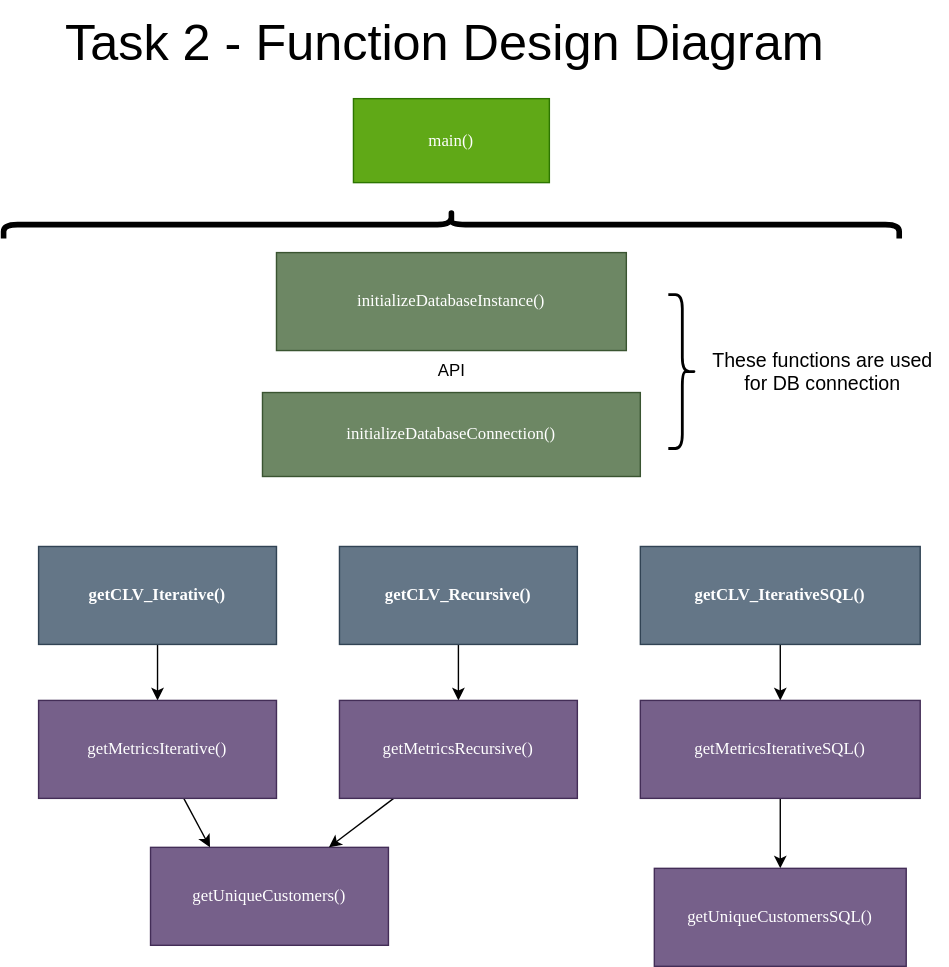
Earlier version of the draw.io export Task 2/Task2_Functions_Flow.svg (Musiik-fn/622-Final-Project). Source tidied: cells renumbered, new cells last; positions are measured from the earlier drawing's top-left corner, leaving out a move shared by most shapes. Source of this version:
```xml
<mxGraphModel>
  <root>
    <mxCell id="0" />
    <mxCell id="1" parent="0" />
    <mxCell id="2" value="&lt;font face=&quot;Lucida Console&quot;&gt;initializeDatabaseInstance()&lt;/font&gt;" style="rounded=0;whiteSpace=wrap;html=1;fillColor=#6d8764;strokeColor=#3A5431;fontColor=#ffffff;" parent="1" vertex="1">
      <mxGeometry x="170" y="340" width="250" height="70" as="geometry" />
    </mxCell>
    <mxCell id="3" style="edgeStyle=none;html=1;entryX=0.5;entryY=0;entryDx=0;entryDy=0;" parent="1" edge="1" source="4" target="10">
      <mxGeometry relative="1" as="geometry" />
    </mxCell>
    <mxCell id="4" value="&lt;font face=&quot;Lucida Console&quot;&gt;&lt;b&gt;getCLV_Iterative()&lt;/b&gt;&lt;/font&gt;" style="rounded=0;whiteSpace=wrap;html=1;fillColor=#647687;strokeColor=#314354;fontColor=#ffffff;" parent="1" vertex="1">
      <mxGeometry y="550" width="170" height="70" as="geometry" />
    </mxCell>
    <mxCell id="5" style="edgeStyle=none;curved=1;html=1;entryX=0.5;entryY=0;entryDx=0;entryDy=0;" parent="1" edge="1" source="6" target="15">
      <mxGeometry relative="1" as="geometry" />
    </mxCell>
    <mxCell id="6" value="&lt;font face=&quot;Lucida Console&quot;&gt;&lt;b&gt;getCLV_Recursive()&lt;/b&gt;&lt;/font&gt;" style="rounded=0;whiteSpace=wrap;html=1;fillColor=#647687;strokeColor=#314354;fontColor=#ffffff;" parent="1" vertex="1">
      <mxGeometry x="215" y="550" width="170" height="70" as="geometry" />
    </mxCell>
    <mxCell id="7" style="edgeStyle=none;html=1;entryX=0.5;entryY=0;entryDx=0;entryDy=0;exitX=0.5;exitY=1;exitDx=0;exitDy=0;" parent="1" edge="1" source="18" target="17">
      <mxGeometry relative="1" as="geometry" />
    </mxCell>
    <mxCell id="8" value="&lt;font face=&quot;Lucida Console&quot;&gt;getUniqueCustomers()&lt;/font&gt;" style="rounded=0;whiteSpace=wrap;html=1;fillColor=#76608a;strokeColor=#432D57;fontColor=#ffffff;" parent="1" vertex="1">
      <mxGeometry x="80" y="765" width="170" height="70" as="geometry" />
    </mxCell>
    <mxCell id="9" style="edgeStyle=none;html=1;entryX=0.25;entryY=0;entryDx=0;entryDy=0;curved=1;" parent="1" edge="1" source="10" target="8">
      <mxGeometry relative="1" as="geometry" />
    </mxCell>
    <mxCell id="10" value="&lt;font face=&quot;Lucida Console&quot;&gt;getMetricsIterative()&lt;/font&gt;" style="rounded=0;whiteSpace=wrap;html=1;fillColor=#76608a;strokeColor=#432D57;fontColor=#ffffff;" parent="1" vertex="1">
      <mxGeometry y="660" width="170" height="70" as="geometry" />
    </mxCell>
    <mxCell id="11" value="&lt;font face=&quot;Lucida Console&quot;&gt;initializeDatabaseConnection()&lt;/font&gt;" style="rounded=0;whiteSpace=wrap;html=1;fillColor=#6d8764;strokeColor=#3A5431;fontColor=#ffffff;" parent="1" vertex="1">
      <mxGeometry x="160" y="440" width="270" height="60" as="geometry" />
    </mxCell>
    <mxCell id="12" style="edgeStyle=none;html=1;fontSize=36;" parent="1" edge="1" source="13" target="2">
      <mxGeometry relative="1" as="geometry" />
    </mxCell>
    <mxCell id="13" value="API" style="text;html=1;align=center;verticalAlign=middle;points=[];strokeColor=none;fillColor=none;" parent="1" vertex="1">
      <mxGeometry x="275" y="410" width="40" height="30" as="geometry" />
    </mxCell>
    <mxCell id="14" style="edgeStyle=none;html=1;entryX=0.75;entryY=0;entryDx=0;entryDy=0;" parent="1" edge="1" source="15" target="8">
      <mxGeometry relative="1" as="geometry" />
    </mxCell>
    <mxCell id="15" value="&lt;font face=&quot;Lucida Console&quot;&gt;getMetricsRecursive()&lt;/font&gt;" style="rounded=0;whiteSpace=wrap;html=1;fillColor=#76608a;strokeColor=#432D57;fontColor=#ffffff;" parent="1" vertex="1">
      <mxGeometry x="215" y="660" width="170" height="70" as="geometry" />
    </mxCell>
    <mxCell id="16" style="edgeStyle=none;html=1;entryX=0.5;entryY=0;entryDx=0;entryDy=0;" parent="1" edge="1" source="17" target="19">
      <mxGeometry relative="1" as="geometry" />
    </mxCell>
    <mxCell id="17" value="&lt;font face=&quot;Lucida Console&quot;&gt;getMetricsIterativeSQL()&lt;/font&gt;" style="rounded=0;whiteSpace=wrap;html=1;fillColor=#76608a;strokeColor=#432D57;fontColor=#ffffff;" parent="1" vertex="1">
      <mxGeometry x="430" y="660" width="200" height="70" as="geometry" />
    </mxCell>
    <mxCell id="18" value="&lt;font face=&quot;Lucida Console&quot;&gt;&lt;b&gt;getCLV_IterativeSQL()&lt;/b&gt;&lt;/font&gt;" style="rounded=0;whiteSpace=wrap;html=1;fillColor=#647687;strokeColor=#314354;fontColor=#ffffff;" parent="1" vertex="1">
      <mxGeometry x="430" y="550" width="200" height="70" as="geometry" />
    </mxCell>
    <mxCell id="19" value="&lt;font face=&quot;Lucida Console&quot;&gt;getUniqueCustomersSQL()&lt;/font&gt;" style="rounded=0;whiteSpace=wrap;html=1;fillColor=#76608a;strokeColor=#432D57;fontColor=#ffffff;" parent="1" vertex="1">
      <mxGeometry x="440" y="780" width="180" height="70" as="geometry" />
    </mxCell>
    <mxCell id="20" value="&lt;font style=&quot;font-size: 36px;&quot;&gt;Task 2 - Function Design Diagram&lt;/font&gt;" style="text;html=1;align=center;verticalAlign=middle;strokeColor=none;fillColor=none;" parent="1" vertex="1">
      <mxGeometry x="5" y="160" width="570" height="60" as="geometry" />
    </mxCell>
    <mxCell id="21" value="&lt;font face=&quot;Lucida Console&quot;&gt;main()&lt;/font&gt;" style="rounded=0;whiteSpace=wrap;html=1;fillColor=#60a917;fontColor=#ffffff;strokeColor=#2D7600;" parent="1" vertex="1">
      <mxGeometry x="225" y="230" width="140" height="60" as="geometry" />
    </mxCell>
    <mxCell id="22" style="shape=curlyBracket;whiteSpace=wrap;html=1;rounded=1;flipH=1;labelPosition=right;verticalLabelPosition=middle;align=left;verticalAlign=middle;fontSize=72;rotation=-90;strokeWidth=4;perimeterSpacing=0;" parent="1" vertex="1">
      <mxGeometry x="285" width="20" height="640" as="geometry" />
    </mxCell>
    <mxCell id="23" value="&lt;font style=&quot;font-size: 14px;&quot;&gt;These functions are used &lt;br&gt;for DB connection&lt;/font&gt;" style="text;html=1;align=center;verticalAlign=middle;strokeColor=none;fillColor=none;" parent="1" vertex="1">
      <mxGeometry x="470" y="400" width="180" height="50" as="geometry" />
    </mxCell>
    <mxCell id="24" style="shape=curlyBracket;whiteSpace=wrap;html=1;rounded=1;flipH=1;labelPosition=right;verticalLabelPosition=middle;align=left;verticalAlign=middle;fontSize=72;rotation=0;strokeWidth=2;perimeterSpacing=0;" parent="1" vertex="1">
      <mxGeometry x="450" y="370" width="20" height="110" as="geometry" />
    </mxCell>
  </root>
</mxGraphModel>
```
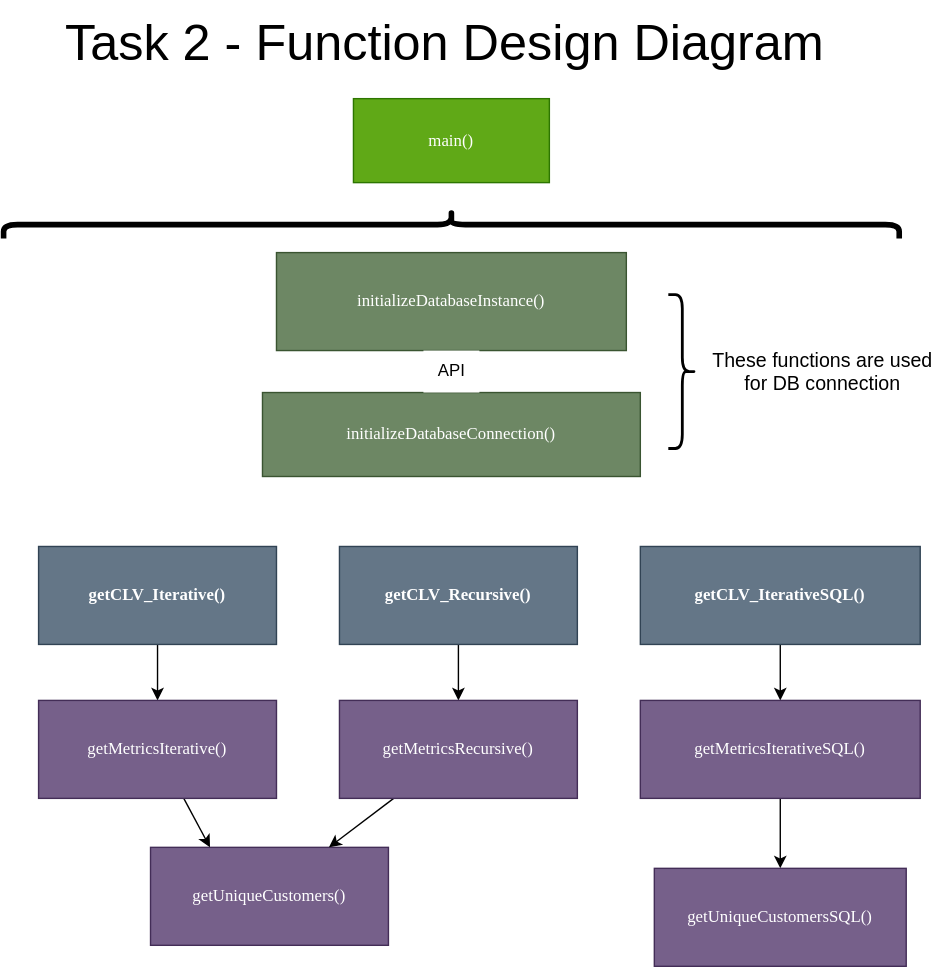
The same file after the commit.

Diff of the diagram source:
```diff
@@ -35,7 +35,7 @@
     <mxCell id="12" style="edgeStyle=none;html=1;fontSize=36;" parent="1" edge="1" source="13" target="2">
       <mxGeometry relative="1" as="geometry" />
     </mxCell>
-    <mxCell id="13" value="API" style="text;html=1;align=center;verticalAlign=middle;points=[];strokeColor=none;fillColor=none;" parent="1" vertex="1">
+    <mxCell id="13" value="API" style="text;html=1;align=center;verticalAlign=middle;points=[];strokeColor=none;fillColor=default;" parent="1" vertex="1">
       <mxGeometry x="275" y="410" width="40" height="30" as="geometry" />
     </mxCell>
     <mxCell id="14" style="edgeStyle=none;html=1;entryX=0.75;entryY=0;entryDx=0;entryDy=0;" parent="1" edge="1" source="15" target="8">
@@ -56,7 +56,7 @@
     <mxCell id="19" value="&lt;font face=&quot;Lucida Console&quot;&gt;getUniqueCustomersSQL()&lt;/font&gt;" style="rounded=0;whiteSpace=wrap;html=1;fillColor=#76608a;strokeColor=#432D57;fontColor=#ffffff;" parent="1" vertex="1">
       <mxGeometry x="440" y="780" width="180" height="70" as="geometry" />
     </mxCell>
-    <mxCell id="20" value="&lt;font style=&quot;font-size: 36px;&quot;&gt;Task 2 - Function Design Diagram&lt;/font&gt;" style="text;html=1;align=center;verticalAlign=middle;strokeColor=none;fillColor=none;" parent="1" vertex="1">
+    <mxCell id="20" value="&lt;font style=&quot;font-size: 36px;&quot;&gt;Task 2 - Function Design Diagram&lt;/font&gt;" style="text;html=1;align=center;verticalAlign=middle;strokeColor=none;fillColor=default;" parent="1" vertex="1">
       <mxGeometry x="5" y="160" width="570" height="60" as="geometry" />
     </mxCell>
     <mxCell id="21" value="&lt;font face=&quot;Lucida Console&quot;&gt;main()&lt;/font&gt;" style="rounded=0;whiteSpace=wrap;html=1;fillColor=#60a917;fontColor=#ffffff;strokeColor=#2D7600;" parent="1" vertex="1">
@@ -65,7 +65,7 @@
     <mxCell id="22" style="shape=curlyBracket;whiteSpace=wrap;html=1;rounded=1;flipH=1;labelPosition=right;verticalLabelPosition=middle;align=left;verticalAlign=middle;fontSize=72;rotation=-90;strokeWidth=4;perimeterSpacing=0;" parent="1" vertex="1">
       <mxGeometry x="285" width="20" height="640" as="geometry" />
     </mxCell>
-    <mxCell id="23" value="&lt;font style=&quot;font-size: 14px;&quot;&gt;These functions are used &lt;br&gt;for DB connection&lt;/font&gt;" style="text;html=1;align=center;verticalAlign=middle;strokeColor=none;fillColor=none;" parent="1" vertex="1">
+    <mxCell id="23" value="&lt;font style=&quot;font-size: 14px;&quot;&gt;These functions are used &lt;br&gt;for DB connection&lt;/font&gt;" style="text;html=1;align=center;verticalAlign=middle;strokeColor=none;fillColor=default;" parent="1" vertex="1">
       <mxGeometry x="470" y="400" width="180" height="50" as="geometry" />
     </mxCell>
     <mxCell id="24" style="shape=curlyBracket;whiteSpace=wrap;html=1;rounded=1;flipH=1;labelPosition=right;verticalLabelPosition=middle;align=left;verticalAlign=middle;fontSize=72;rotation=0;strokeWidth=2;perimeterSpacing=0;" parent="1" vertex="1">
```
